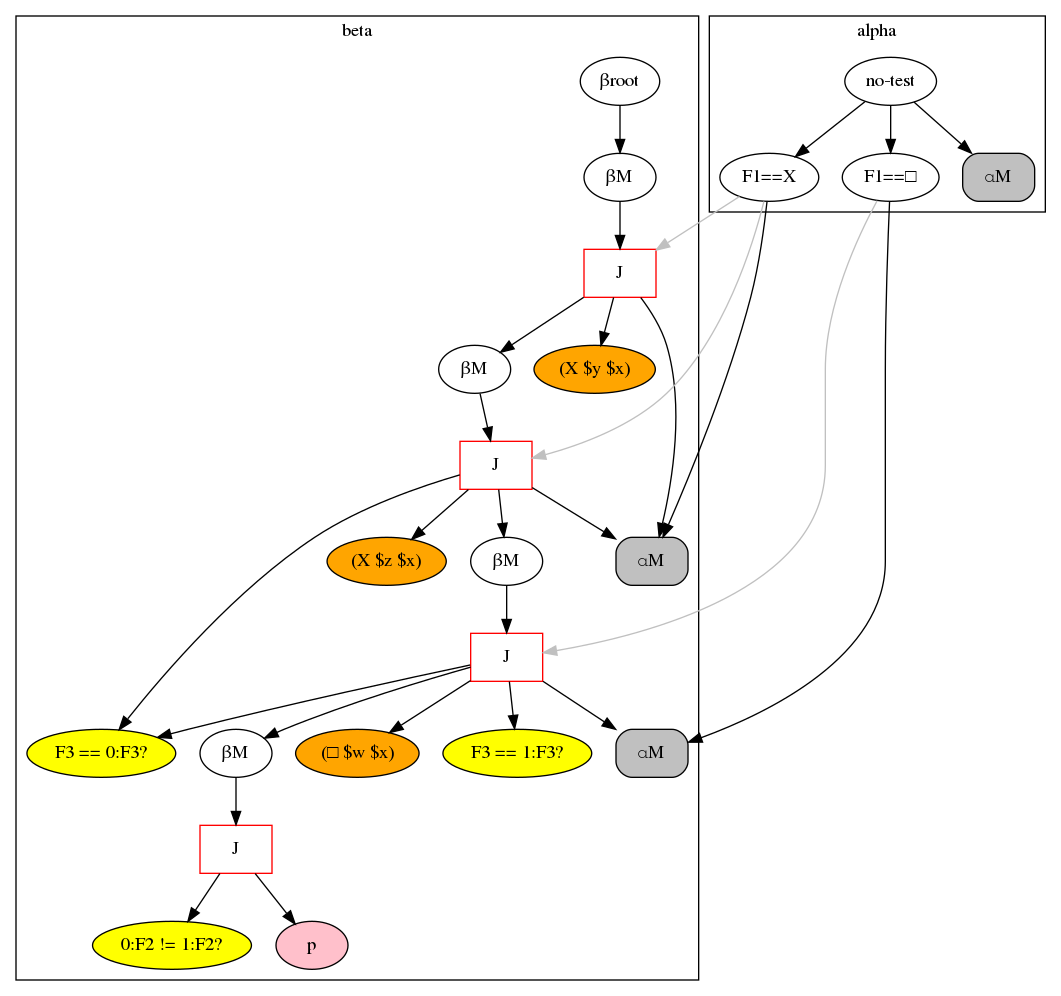
Before: rete.png, a diagram exported from Graphviz (Cybernetic1/GIRL). Its source is kept beside it as rete.dot.
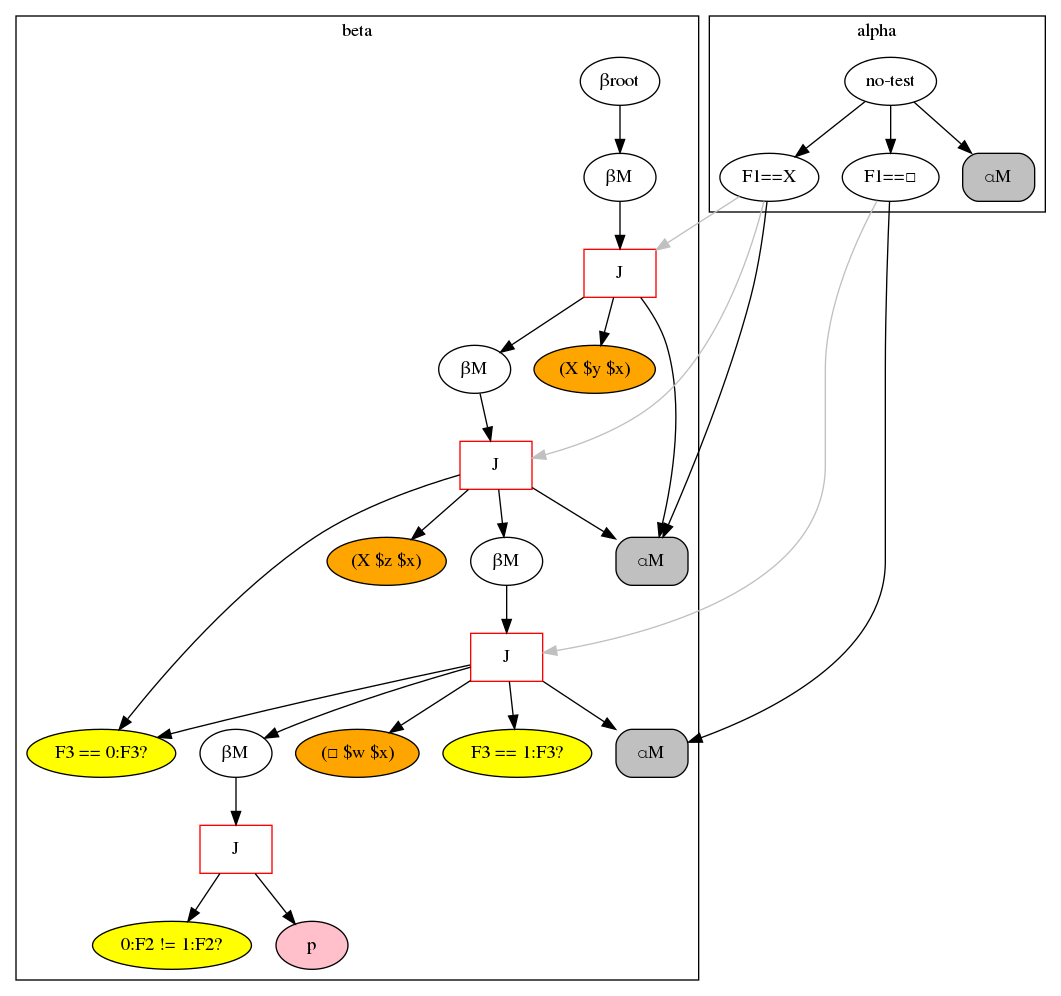
The same diagram one commit later.

Change to the diagram source:
```diff
@@ -1,55 +1,55 @@
 digraph {
 	subgraph cluster_1 {
 	label = beta
-	"BetaNode 0x7f88fab41da0" [label="βroot"];
-	"BetaNode 0x7f88fab41da0" -> "BetaMemory 0x7f88fab0dac8";
-	"BetaMemory 0x7f88fab0dac8" [label="βM"];
-	"BetaMemory 0x7f88fab0dac8" -> "JoinNode 0x7f88fab0dba8";
-	"JoinNode 0x7f88fab0dba8" [shape=box,color=red,label="J"];
-	"JoinNode 0x7f88fab0dba8" -> "⍺M:<rete.alpha.AlphaMemory object at 0x7f88fab0db70>"
+	"BetaNode 0x7f938942beb8" [label="βroot"];
+	"BetaNode 0x7f938942beb8" -> "BetaMemory 0x7f93893f9e80";
+	"BetaMemory 0x7f93893f9e80" [label="βM"];
+	"BetaMemory 0x7f93893f9e80" -> "JoinNode 0x7f93893f9f60";
+	"JoinNode 0x7f93893f9f60" [shape=box,color=red,label="J"];
+	"JoinNode 0x7f93893f9f60" -> "⍺M:<rete.alpha.AlphaMemory object at 0x7f93893f9f28>"
 	"(X $y $x)" [style=filled,fillcolor=orange];
-	"JoinNode 0x7f88fab0dba8" -> "(X $y $x)"
-	"JoinNode 0x7f88fab0dba8" -> "BetaMemory 0x7f88fab0dbe0";
-	"BetaMemory 0x7f88fab0dbe0" [label="βM"];
-	"BetaMemory 0x7f88fab0dbe0" -> "JoinNode 0x7f88fab0dc18";
-	"JoinNode 0x7f88fab0dc18" [shape=box,color=red,label="J"];
-	"JoinNode 0x7f88fab0dc18" -> "⍺M:<rete.alpha.AlphaMemory object at 0x7f88fab0db70>"
+	"JoinNode 0x7f93893f9f60" -> "(X $y $x)"
+	"JoinNode 0x7f93893f9f60" -> "BetaMemory 0x7f93893f9f98";
+	"BetaMemory 0x7f93893f9f98" [label="βM"];
+	"BetaMemory 0x7f93893f9f98" -> "JoinNode 0x7f93893f9fd0";
+	"JoinNode 0x7f93893f9fd0" [shape=box,color=red,label="J"];
+	"JoinNode 0x7f93893f9fd0" -> "⍺M:<rete.alpha.AlphaMemory object at 0x7f93893f9f28>"
 	"(X $z $x)" [style=filled,fillcolor=orange];
-	"JoinNode 0x7f88fab0dc18" -> "(X $z $x)"
+	"JoinNode 0x7f93893f9fd0" -> "(X $z $x)"
 	"F3 == 0:F3?" [style=filled,fillcolor=yellow];
-	"JoinNode 0x7f88fab0dc18" -> "F3 == 0:F3?"
-	"JoinNode 0x7f88fab0dc18" -> "BetaMemory 0x7f88fab0dc50";
-	"BetaMemory 0x7f88fab0dc50" [label="βM"];
-	"BetaMemory 0x7f88fab0dc50" -> "JoinNode 0x7f88fab0dda0";
-	"JoinNode 0x7f88fab0dda0" [shape=box,color=red,label="J"];
-	"JoinNode 0x7f88fab0dda0" -> "⍺M:<rete.alpha.AlphaMemory object at 0x7f88fab0dcf8>"
+	"JoinNode 0x7f93893f9fd0" -> "F3 == 0:F3?"
+	"JoinNode 0x7f93893f9fd0" -> "BetaMemory 0x7f93893ff048";
+	"BetaMemory 0x7f93893ff048" [label="βM"];
+	"BetaMemory 0x7f93893ff048" -> "JoinNode 0x7f93893ff198";
+	"JoinNode 0x7f93893ff198" [shape=box,color=red,label="J"];
+	"JoinNode 0x7f93893ff198" -> "⍺M:<rete.alpha.AlphaMemory object at 0x7f93893ff0f0>"
 	"(□ $w $x)" [style=filled,fillcolor=orange];
-	"JoinNode 0x7f88fab0dda0" -> "(□ $w $x)"
+	"JoinNode 0x7f93893ff198" -> "(□ $w $x)"
 	"F3 == 0:F3?" [style=filled,fillcolor=yellow];
-	"JoinNode 0x7f88fab0dda0" -> "F3 == 0:F3?"
+	"JoinNode 0x7f93893ff198" -> "F3 == 0:F3?"
 	"F3 == 1:F3?" [style=filled,fillcolor=yellow];
-	"JoinNode 0x7f88fab0dda0" -> "F3 == 1:F3?"
-	"JoinNode 0x7f88fab0dda0" -> "BetaMemory 0x7f88fab0ddd8";
-	"BetaMemory 0x7f88fab0ddd8" [label="βM"];
-	"BetaMemory 0x7f88fab0ddd8" -> "JoinNode 0x7f88fab0de10";
-	"JoinNode 0x7f88fab0de10" [shape=box,color=red,label="J"];
+	"JoinNode 0x7f93893ff198" -> "F3 == 1:F3?"
+	"JoinNode 0x7f93893ff198" -> "BetaMemory 0x7f93893ff1d0";
+	"BetaMemory 0x7f93893ff1d0" [label="βM"];
+	"BetaMemory 0x7f93893ff1d0" -> "JoinNode 0x7f93893ff208";
+	"JoinNode 0x7f93893ff208" [shape=box,color=red,label="J"];
 	"0:F2 != 1:F2?" [style=filled,fillcolor=yellow];
-	"JoinNode 0x7f88fab0de10" -> "0:F2 != 1:F2?"
-	"JoinNode 0x7f88fab0de10" -> "PNode 0x7f88fab0da90";
-	"PNode 0x7f88fab0da90" [style=filled,fillcolor=pink,label="p"];
+	"JoinNode 0x7f93893ff208" -> "0:F2 != 1:F2?"
+	"JoinNode 0x7f93893ff208" -> "PNode 0x7f93893f9e48";
+	"PNode 0x7f93893f9e48" [style=filled,fillcolor=pink,label="p"];
 	}
 	subgraph cluster_0 {
 	label = alpha
 	"no-test" -> "F1==X";
-	"F1==X" -> "⍺M:<rete.alpha.AlphaMemory object at 0x7f88fab0db70>";
-	"⍺M:<rete.alpha.AlphaMemory object at 0x7f88fab0db70>" [shape=box, style="rounded,filled", label="⍺M", fillcolor=gray];
+	"F1==X" -> "⍺M:<rete.alpha.AlphaMemory object at 0x7f93893f9f28>";
+	"⍺M:<rete.alpha.AlphaMemory object at 0x7f93893f9f28>" [shape=box, style="rounded,filled", label="⍺M", fillcolor=gray];
 	"no-test" -> "F1==□";
-	"F1==□" -> "⍺M:<rete.alpha.AlphaMemory object at 0x7f88fab0dcf8>";
-	"⍺M:<rete.alpha.AlphaMemory object at 0x7f88fab0dcf8>" [shape=box, style="rounded,filled", label="⍺M", fillcolor=gray];
-	"no-test" -> "⍺M:<rete.alpha.AlphaMemory object at 0x7f88fab41a58>";
-	"⍺M:<rete.alpha.AlphaMemory object at 0x7f88fab41a58>" [shape=box, style="rounded,filled", label="⍺M", fillcolor=gray];
+	"F1==□" -> "⍺M:<rete.alpha.AlphaMemory object at 0x7f93893ff0f0>";
+	"⍺M:<rete.alpha.AlphaMemory object at 0x7f93893ff0f0>" [shape=box, style="rounded,filled", label="⍺M", fillcolor=gray];
+	"no-test" -> "⍺M:<rete.alpha.AlphaMemory object at 0x7f938942bdd8>";
+	"⍺M:<rete.alpha.AlphaMemory object at 0x7f938942bdd8>" [shape=box, style="rounded,filled", label="⍺M", fillcolor=gray];
 	}
-	"F1==X" -> "JoinNode 0x7f88fab0dba8" [color=gray];
-	"F1==X" -> "JoinNode 0x7f88fab0dc18" [color=gray];
-	"F1==□" -> "JoinNode 0x7f88fab0dda0" [color=gray];
+	"F1==X" -> "JoinNode 0x7f93893f9f60" [color=gray];
+	"F1==X" -> "JoinNode 0x7f93893f9fd0" [color=gray];
+	"F1==□" -> "JoinNode 0x7f93893ff198" [color=gray];
 }
```
